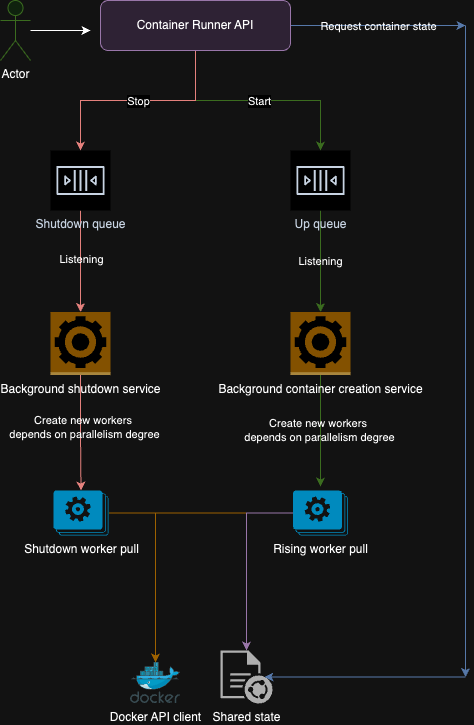
The draw.io diagram arch.png in hospesTerrae/ContainerRunner, before a commit. Source tidied: cells renumbered, new cells last; positions are measured from the earlier drawing's top-left corner, leaving out a move shared by most shapes.
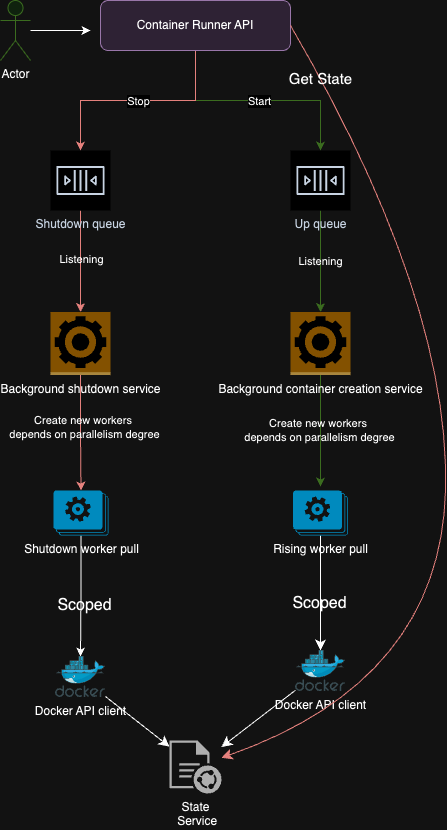
The same diagram one commit later.

Commit message:
docker api service made scoped

Change to the diagram source:
```diff
@@ -14,14 +14,6 @@
     <mxCell id="5" value="Stop" style="edgeLabel;html=1;align=center;verticalAlign=middle;" parent="4" vertex="1">
       <mxGeometry relative="1" as="geometry" />
     </mxCell>
-    <mxCell id="6" style="edgeStyle=orthogonalEdgeStyle;rounded=0;jettySize=auto;html=1;fillColor=#dae8fc;strokeColor=#6c8ebf;" parent="1" edge="1" source="8">
-      <mxGeometry relative="1" as="geometry">
-        <mxPoint x="465" y="25" as="targetPoint" />
-      </mxGeometry>
-    </mxCell>
-    <mxCell id="7" value="Request container state" style="edgeLabel;html=1;align=center;verticalAlign=middle;noLabel=0;backgroundOutline=0;fixDash=0;imageAspect=1;labelBackgroundColor=none;labelBorderColor=none;" parent="6" vertex="1">
-      <mxGeometry relative="1" as="geometry" />
-    </mxCell>
     <mxCell id="8" value="Container Runner API" style="rounded=1;whiteSpace=wrap;html=1;fontSize=12;glass=0;strokeWidth=1;shadow=0;fillColor=#e1d5e7;strokeColor=#9673a6;" parent="1" vertex="1">
       <mxGeometry x="100" width="190" height="50" as="geometry" />
     </mxCell>
@@ -73,38 +65,48 @@
     <mxCell id="22" style="edgeStyle=orthogonalEdgeStyle;rounded=0;jettySize=auto;html=1;" parent="1" edge="1" source="24" target="28">
       <mxGeometry relative="1" as="geometry" />
     </mxCell>
-    <mxCell id="23" style="edgeStyle=orthogonalEdgeStyle;rounded=0;jettySize=auto;html=1;fillColor=#ffe6cc;strokeColor=#d79b00;" parent="1" edge="1" source="24" target="29">
-      <mxGeometry relative="1" as="geometry" />
-    </mxCell>
+    <mxCell id="32" value="Scoped" style="edgeLabel;html=1;align=center;verticalAlign=middle;fontSize=16;labelBackgroundColor=none;" parent="22" vertex="1">
+      <mxGeometry x="0.14" y="3" relative="1" as="geometry">
+        <mxPoint y="1" as="offset" />
+      </mxGeometry>
+    </mxCell>
     <mxCell id="24" value="Shutdown worker pull" style="verticalLabelPosition=bottom;html=1;verticalAlign=top;align=center;strokeColor=none;fillColor=#00BEF2;shape=mxgraph.azure.worker_roles;" parent="1" vertex="1">
       <mxGeometry x="53" y="490" width="55" height="45" as="geometry" />
     </mxCell>
-    <mxCell id="25" style="edgeStyle=orthogonalEdgeStyle;rounded=0;jettySize=auto;html=1;fillColor=#ffe6cc;strokeColor=#d79b00;" parent="1" edge="1" source="27" target="28">
-      <mxGeometry relative="1" as="geometry" />
-    </mxCell>
-    <mxCell id="26" style="edgeStyle=orthogonalEdgeStyle;rounded=0;jettySize=auto;html=1;fillColor=#e1d5e7;strokeColor=#9673a6;" parent="1" edge="1" source="27" target="29">
-      <mxGeometry relative="1" as="geometry" />
-    </mxCell>
+    <mxCell id="33" style="edgeStyle=none;curved=1;rounded=0;jettySize=auto;html=1;fontSize=12;startSize=8;endSize=8;" parent="1" edge="1" source="27" target="37">
+      <mxGeometry relative="1" as="geometry" />
+    </mxCell>
+    <mxCell id="34" value="Scoped" style="edgeLabel;html=1;align=center;verticalAlign=middle;fontSize=16;labelBackgroundColor=none;" parent="33" vertex="1">
+      <mxGeometry x="0.17" y="-2" relative="1" as="geometry" />
+    </mxCell>
     <mxCell id="27" value="Rising worker pull&lt;br&gt;" style="verticalLabelPosition=bottom;html=1;verticalAlign=top;align=center;strokeColor=none;fillColor=#00BEF2;shape=mxgraph.azure.worker_roles;" parent="1" vertex="1">
       <mxGeometry x="292.5" y="490" width="55" height="45" as="geometry" />
     </mxCell>
+    <mxCell id="35" style="edgeStyle=none;curved=1;rounded=0;jettySize=auto;html=1;fontSize=12;startSize=8;endSize=8;" parent="1" edge="1" source="28" target="29">
+      <mxGeometry relative="1" as="geometry" />
+    </mxCell>
     <mxCell id="28" value="Docker API client&lt;br&gt;" style="image;sketch=0;html=1;points=[];align=center;fontSize=12;image=img/lib/mscae/Docker.svg;labelBackgroundColor=none;" parent="1" vertex="1">
-      <mxGeometry x="130" y="662" width="50" height="41" as="geometry" />
+      <mxGeometry x="55" y="656" width="50" height="41" as="geometry" />
     </mxCell>
-    <mxCell id="29" value="Shared state" style="sketch=0;shadow=0;dashed=0;html=1;strokeColor=none;fillColor=#505050;labelPosition=center;verticalLabelPosition=bottom;verticalAlign=top;outlineConnect=0;align=center;shape=mxgraph.office.concepts.document_shared;" parent="1" vertex="1">
-      <mxGeometry x="220" y="650" width="52" height="53" as="geometry" />
+    <mxCell id="29" value="State&lt;br&gt;&amp;nbsp;Service&lt;br&gt;" style="sketch=0;shadow=0;dashed=0;html=1;strokeColor=none;fillColor=#505050;labelPosition=center;verticalLabelPosition=bottom;verticalAlign=top;outlineConnect=0;align=center;shape=mxgraph.office.concepts.document_shared;" parent="1" vertex="1">
+      <mxGeometry x="169" y="740" width="52" height="53" as="geometry" />
     </mxCell>
-    <mxCell id="30" style="edgeStyle=orthogonalEdgeStyle;rounded=0;orthogonalLoop=1;jettySize=auto;html=1;fillColor=#dae8fc;strokeColor=#6c8ebf;" parent="1" edge="1">
-      <mxGeometry relative="1" as="geometry">
-        <mxPoint x="465" y="25" as="sourcePoint" />
-        <mxPoint x="465" y="676.5" as="targetPoint" />
-      </mxGeometry>
-    </mxCell>
-    <mxCell id="31" style="edgeStyle=orthogonalEdgeStyle;rounded=0;orthogonalLoop=1;jettySize=auto;html=1;fillColor=#dae8fc;strokeColor=#6c8ebf;" parent="1" edge="1">
-      <mxGeometry relative="1" as="geometry">
-        <mxPoint x="465" y="676.5" as="sourcePoint" />
-        <mxPoint x="264" y="676.5" as="targetPoint" />
-      </mxGeometry>
-    </mxCell>
+    <mxCell id="36" style="edgeStyle=none;curved=1;rounded=0;jettySize=auto;html=1;fontSize=12;startSize=8;endSize=8;" parent="1" edge="1" source="37" target="29">
+      <mxGeometry relative="1" as="geometry" />
+    </mxCell>
+    <mxCell id="37" value="Docker API client&lt;br&gt;" style="image;sketch=0;html=1;points=[];align=center;fontSize=12;image=img/lib/mscae/Docker.svg;labelBackgroundColor=none;" parent="1" vertex="1">
+      <mxGeometry x="295" y="650" width="50" height="41" as="geometry" />
+    </mxCell>
+    <mxCell id="38" style="curved=1;endArrow=classic;html=1;rounded=0;fontSize=12;startSize=8;endSize=8;exitX=1;exitY=0.5;exitDx=0;exitDy=0;labelBackgroundColor=none;fontColor=#FF66B3;fillColor=#f8cecc;strokeColor=#b85450;" parent="1" edge="1" source="8" target="29">
+      <mxGeometry relative="1" as="geometry">
+        <Array as="points">
+          <mxPoint x="450" y="300" />
+          <mxPoint x="440" y="680" />
+        </Array>
+      </mxGeometry>
+    </mxCell>
+    <mxCell id="39" value="Get State" style="edgeLabel;html=1;align=center;verticalAlign=middle;fontSize=15;labelBackgroundColor=none;" parent="38" vertex="1">
+      <mxGeometry x="-0.87" y="-1" relative="1" as="geometry" />
+    </mxCell>
   </root>
 </mxGraphModel>
```
